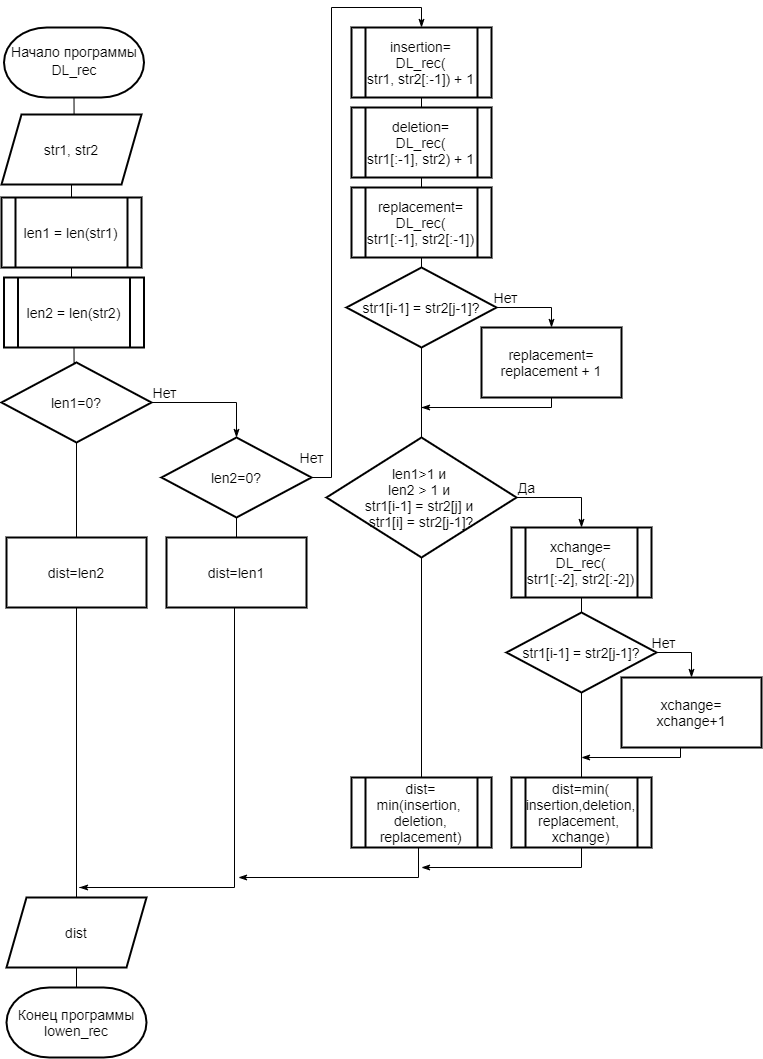
alena-zayts/BMSTU_5sem_analysis_of_algorithms keeps this draw.io diagram as lab1/report/inc/img/Dl_recursion.png. Above is the earlier version. Source tidied: cells renumbered, new cells last; positions are measured from the earlier drawing's top-left corner, leaving out a move shared by most shapes. Source of this version:
```xml
<mxGraphModel>
  <root>
    <mxCell id="0" />
    <mxCell id="1" parent="0" />
    <mxCell id="2" value="&lt;font style=&quot;font-size: 14px&quot;&gt;Начало программы&lt;br&gt;&lt;span style=&quot;line-height: 150%&quot;&gt;DL_rec&lt;/span&gt;&lt;/font&gt;" style="strokeWidth=2;html=1;shape=mxgraph.flowchart.terminator;whiteSpace=wrap;fontSize=14;fontFamily=Helvetica;" parent="1" vertex="1">
      <mxGeometry x="2.5" y="20" width="140" height="70" as="geometry" />
    </mxCell>
    <mxCell id="3" style="edgeStyle=orthogonalEdgeStyle;rounded=0;jettySize=auto;html=1;exitX=0.5;exitY=0;exitDx=0;exitDy=0;entryX=0.5;entryY=1;entryDx=0;entryDy=0;entryPerimeter=0;endArrow=none;endFill=0;" parent="1" edge="1" source="4" target="2">
      <mxGeometry relative="1" as="geometry" />
    </mxCell>
    <mxCell id="4" value="str1, str2" style="shape=parallelogram;perimeter=parallelogramPerimeter;whiteSpace=wrap;html=1;fixedSize=1;strokeWidth=2;fontSize=14;" parent="1" vertex="1">
      <mxGeometry y="107" width="140" height="70" as="geometry" />
    </mxCell>
    <mxCell id="5" style="edgeStyle=orthogonalEdgeStyle;rounded=0;jettySize=auto;html=1;exitX=0.5;exitY=0;exitDx=0;exitDy=0;entryX=0.5;entryY=1;entryDx=0;entryDy=0;endArrow=none;endFill=0;" parent="1" edge="1" source="6" target="8">
      <mxGeometry relative="1" as="geometry" />
    </mxCell>
    <mxCell id="6" value="len2 = len(str2)" style="shape=process;whiteSpace=wrap;html=1;backgroundOutline=1;strokeWidth=2;fontSize=14;" parent="1" vertex="1">
      <mxGeometry x="2.5" y="270" width="140" height="70" as="geometry" />
    </mxCell>
    <mxCell id="7" style="edgeStyle=orthogonalEdgeStyle;rounded=0;jettySize=auto;html=1;exitX=0.5;exitY=0;exitDx=0;exitDy=0;entryX=0.5;entryY=1;entryDx=0;entryDy=0;endArrow=none;endFill=0;" parent="1" edge="1" source="8" target="4">
      <mxGeometry relative="1" as="geometry" />
    </mxCell>
    <mxCell id="8" value="len1 = len(str1)" style="shape=process;whiteSpace=wrap;html=1;backgroundOutline=1;strokeWidth=2;fontSize=14;" parent="1" vertex="1">
      <mxGeometry y="190" width="140" height="70" as="geometry" />
    </mxCell>
    <mxCell id="9" value="Нет" style="edgeStyle=orthogonalEdgeStyle;rounded=0;jettySize=auto;html=1;exitX=1;exitY=0.5;exitDx=0;exitDy=0;entryX=0.5;entryY=0;entryDx=0;entryDy=0;endArrow=classicThin;endFill=1;fontSize=14;" parent="1" edge="1" source="12" target="20">
      <mxGeometry x="-0.79" y="10" relative="1" as="geometry" />
    </mxCell>
    <mxCell id="10" style="edgeStyle=orthogonalEdgeStyle;rounded=0;jettySize=auto;html=1;exitX=0.5;exitY=0;exitDx=0;exitDy=0;entryX=0.5;entryY=1;entryDx=0;entryDy=0;endArrow=none;endFill=0;" parent="1" edge="1" source="12" target="6">
      <mxGeometry relative="1" as="geometry" />
    </mxCell>
    <mxCell id="11" style="edgeStyle=orthogonalEdgeStyle;rounded=0;jettySize=auto;html=1;entryX=0.5;entryY=0;entryDx=0;entryDy=0;endArrow=none;endFill=0;" parent="1" edge="1" source="12" target="17">
      <mxGeometry relative="1" as="geometry" />
    </mxCell>
    <mxCell id="12" value="&lt;span style=&quot;font-size: 14px&quot;&gt;len1=0?&lt;/span&gt;" style="rhombus;whiteSpace=wrap;html=1;strokeWidth=2;fontSize=14;" parent="1" vertex="1">
      <mxGeometry y="355" width="150" height="80" as="geometry" />
    </mxCell>
    <mxCell id="13" value="Конец программы lowen_rec" style="strokeWidth=2;html=1;shape=mxgraph.flowchart.terminator;whiteSpace=wrap;fontSize=14;" parent="1" vertex="1">
      <mxGeometry x="5" y="980" width="140" height="70" as="geometry" />
    </mxCell>
    <mxCell id="14" style="edgeStyle=orthogonalEdgeStyle;rounded=0;jettySize=auto;html=1;exitX=0.5;exitY=1;exitDx=0;exitDy=0;entryX=0.5;entryY=0;entryDx=0;entryDy=0;entryPerimeter=0;endArrow=none;endFill=0;" parent="1" edge="1" source="15" target="13">
      <mxGeometry relative="1" as="geometry" />
    </mxCell>
    <mxCell id="15" value="dist" style="shape=parallelogram;perimeter=parallelogramPerimeter;whiteSpace=wrap;html=1;fixedSize=1;strokeWidth=2;fontSize=14;" parent="1" vertex="1">
      <mxGeometry x="5" y="890" width="140" height="70" as="geometry" />
    </mxCell>
    <mxCell id="16" style="edgeStyle=orthogonalEdgeStyle;rounded=0;jettySize=auto;html=1;exitX=0.5;exitY=1;exitDx=0;exitDy=0;entryX=0.5;entryY=0;entryDx=0;entryDy=0;endArrow=none;endFill=0;" parent="1" edge="1" source="17" target="15">
      <mxGeometry relative="1" as="geometry" />
    </mxCell>
    <mxCell id="17" value="dist=len2" style="rounded=0;whiteSpace=wrap;html=1;strokeWidth=2;fontSize=14;" parent="1" vertex="1">
      <mxGeometry x="5" y="530" width="140" height="70" as="geometry" />
    </mxCell>
    <mxCell id="18" value="Нет" style="edgeStyle=orthogonalEdgeStyle;rounded=0;jettySize=auto;html=1;exitX=1;exitY=0.5;exitDx=0;exitDy=0;entryX=0.5;entryY=0;entryDx=0;entryDy=0;endArrow=classicThin;endFill=1;fontSize=14;" parent="1" edge="1" source="20" target="24">
      <mxGeometry x="-0.87" y="20" relative="1" as="geometry">
        <Array as="points">
          <mxPoint x="330" y="470" />
          <mxPoint x="330" />
          <mxPoint x="420" />
        </Array>
      </mxGeometry>
    </mxCell>
    <mxCell id="19" style="edgeStyle=orthogonalEdgeStyle;rounded=0;jettySize=auto;html=1;exitX=0.5;exitY=1;exitDx=0;exitDy=0;entryX=0.5;entryY=0;entryDx=0;entryDy=0;endArrow=none;endFill=0;" parent="1" edge="1" source="20" target="22">
      <mxGeometry relative="1" as="geometry" />
    </mxCell>
    <mxCell id="20" value="&lt;span style=&quot;font-size: 14px&quot;&gt;len2=0?&lt;/span&gt;" style="rhombus;whiteSpace=wrap;html=1;strokeWidth=2;fontSize=14;" parent="1" vertex="1">
      <mxGeometry x="160" y="430" width="150" height="80" as="geometry" />
    </mxCell>
    <mxCell id="21" style="edgeStyle=orthogonalEdgeStyle;rounded=0;orthogonalLoop=1;jettySize=auto;html=1;exitX=0.5;exitY=1;exitDx=0;exitDy=0;endArrow=classicThin;endFill=1;" parent="1" edge="1">
      <mxGeometry relative="1" as="geometry">
        <mxPoint x="233" y="600" as="sourcePoint" />
        <mxPoint x="78" y="880" as="targetPoint" />
        <Array as="points">
          <mxPoint x="233" y="880" />
          <mxPoint x="78" y="880" />
        </Array>
      </mxGeometry>
    </mxCell>
    <mxCell id="22" value="dist=len1" style="rounded=0;whiteSpace=wrap;html=1;strokeWidth=2;fontSize=14;" parent="1" vertex="1">
      <mxGeometry x="165" y="530" width="140" height="70" as="geometry" />
    </mxCell>
    <mxCell id="23" style="edgeStyle=orthogonalEdgeStyle;rounded=0;jettySize=auto;html=1;exitX=0.5;exitY=1;exitDx=0;exitDy=0;entryX=0.5;entryY=0;entryDx=0;entryDy=0;endArrow=none;endFill=0;" parent="1" edge="1" source="24" target="26">
      <mxGeometry relative="1" as="geometry" />
    </mxCell>
    <mxCell id="24" value="insertion=&lt;br&gt;DL_rec(&lt;br&gt;str1, str2[:-1]) + 1" style="shape=process;whiteSpace=wrap;html=1;backgroundOutline=1;strokeWidth=2;fontSize=14;" parent="1" vertex="1">
      <mxGeometry x="350" y="20" width="140" height="70" as="geometry" />
    </mxCell>
    <mxCell id="25" style="edgeStyle=orthogonalEdgeStyle;rounded=0;jettySize=auto;html=1;exitX=0.5;exitY=1;exitDx=0;exitDy=0;entryX=0.5;entryY=0;entryDx=0;entryDy=0;endArrow=none;endFill=0;" parent="1" edge="1" source="26" target="28">
      <mxGeometry relative="1" as="geometry" />
    </mxCell>
    <mxCell id="26" value="deletion=&lt;br&gt;DL_rec(&lt;br&gt;str1[:-1], str2) + 1" style="shape=process;whiteSpace=wrap;html=1;backgroundOutline=1;strokeWidth=2;fontSize=14;" parent="1" vertex="1">
      <mxGeometry x="350" y="100" width="140" height="70" as="geometry" />
    </mxCell>
    <mxCell id="27" style="edgeStyle=orthogonalEdgeStyle;rounded=0;jettySize=auto;html=1;exitX=0.5;exitY=1;exitDx=0;exitDy=0;entryX=0.5;entryY=0;entryDx=0;entryDy=0;endArrow=none;endFill=0;" parent="1" edge="1" source="28" target="31">
      <mxGeometry relative="1" as="geometry" />
    </mxCell>
    <mxCell id="28" value="replacement=&lt;br&gt;DL_rec(&lt;br&gt;str1[:-1], str2[:-1])" style="shape=process;whiteSpace=wrap;html=1;backgroundOutline=1;strokeWidth=2;fontSize=14;" parent="1" vertex="1">
      <mxGeometry x="350" y="180" width="140" height="70" as="geometry" />
    </mxCell>
    <mxCell id="29" value="Нет" style="edgeStyle=orthogonalEdgeStyle;rounded=0;jettySize=auto;html=1;exitX=1;exitY=0.5;exitDx=0;exitDy=0;entryX=0.5;entryY=0;entryDx=0;entryDy=0;endArrow=classicThin;endFill=1;fontSize=14;" parent="1" edge="1" source="31" target="33">
      <mxGeometry x="-0.79" y="10" relative="1" as="geometry" />
    </mxCell>
    <mxCell id="30" style="edgeStyle=orthogonalEdgeStyle;rounded=0;jettySize=auto;html=1;exitX=0.5;exitY=1;exitDx=0;exitDy=0;entryX=0.5;entryY=0;entryDx=0;entryDy=0;endArrow=none;endFill=0;" parent="1" edge="1" source="31" target="38">
      <mxGeometry relative="1" as="geometry" />
    </mxCell>
    <mxCell id="31" value="&lt;span style=&quot;font-size: 14px&quot;&gt;str1[i-1] = str2[j-1]?&lt;/span&gt;" style="rhombus;whiteSpace=wrap;html=1;strokeWidth=2;fontSize=14;" parent="1" vertex="1">
      <mxGeometry x="345" y="260" width="150" height="80" as="geometry" />
    </mxCell>
    <mxCell id="32" style="edgeStyle=orthogonalEdgeStyle;rounded=0;jettySize=auto;html=1;endArrow=classicThin;endFill=1;exitX=0.5;exitY=1;exitDx=0;exitDy=0;" parent="1" edge="1" source="33">
      <mxGeometry relative="1" as="geometry">
        <mxPoint x="420" y="400" as="targetPoint" />
        <Array as="points">
          <mxPoint x="550" y="400" />
          <mxPoint x="420" y="400" />
        </Array>
      </mxGeometry>
    </mxCell>
    <mxCell id="33" value="replacement=&lt;br&gt;replacement + 1" style="rounded=0;whiteSpace=wrap;html=1;strokeWidth=2;fontSize=14;" parent="1" vertex="1">
      <mxGeometry x="480" y="320" width="140" height="70" as="geometry" />
    </mxCell>
    <mxCell id="34" style="edgeStyle=orthogonalEdgeStyle;rounded=0;jettySize=auto;html=1;exitX=0.5;exitY=1;exitDx=0;exitDy=0;entryX=0.5;entryY=0;entryDx=0;entryDy=0;endArrow=none;endFill=0;" parent="1" edge="1" source="35" target="43">
      <mxGeometry relative="1" as="geometry" />
    </mxCell>
    <mxCell id="35" value="xchange=&lt;br&gt;DL_rec(&lt;br&gt;str1[:-2], str2[:-2])" style="shape=process;whiteSpace=wrap;html=1;backgroundOutline=1;strokeWidth=2;fontSize=14;" parent="1" vertex="1">
      <mxGeometry x="510" y="520" width="140" height="70" as="geometry" />
    </mxCell>
    <mxCell id="36" value="Да" style="edgeStyle=orthogonalEdgeStyle;rounded=0;jettySize=auto;html=1;exitX=1;exitY=0.5;exitDx=0;exitDy=0;entryX=0.5;entryY=0;entryDx=0;entryDy=0;endArrow=classicThin;endFill=1;fontSize=14;" parent="1" edge="1" source="38" target="35">
      <mxGeometry x="-0.79" y="10" relative="1" as="geometry" />
    </mxCell>
    <mxCell id="37" style="edgeStyle=orthogonalEdgeStyle;rounded=0;jettySize=auto;html=1;exitX=0.5;exitY=1;exitDx=0;exitDy=0;endArrow=none;endFill=0;" parent="1" edge="1" source="38" target="40">
      <mxGeometry relative="1" as="geometry" />
    </mxCell>
    <mxCell id="38" value="&lt;span style=&quot;font-size: 14px&quot;&gt;len1&amp;gt;1 и &lt;br&gt;len2 &amp;gt; 1 и&amp;nbsp;&lt;br&gt;&lt;/span&gt;str1[i-1] = str2[j] и&amp;nbsp;&lt;br&gt;str1[i] = str2[j-1]?" style="rhombus;whiteSpace=wrap;html=1;strokeWidth=2;fontSize=14;" parent="1" vertex="1">
      <mxGeometry x="325" y="430" width="190" height="120" as="geometry" />
    </mxCell>
    <mxCell id="39" style="edgeStyle=orthogonalEdgeStyle;rounded=0;orthogonalLoop=1;jettySize=auto;html=1;exitX=0.5;exitY=1;exitDx=0;exitDy=0;endArrow=classicThin;endFill=1;" parent="1" edge="1">
      <mxGeometry relative="1" as="geometry">
        <mxPoint x="417" y="840" as="sourcePoint" />
        <mxPoint x="237" y="870" as="targetPoint" />
        <Array as="points">
          <mxPoint x="417" y="870" />
        </Array>
      </mxGeometry>
    </mxCell>
    <mxCell id="40" value="dist=&lt;br&gt;min(insertion,&amp;nbsp; deletion, replacement)" style="shape=process;whiteSpace=wrap;html=1;backgroundOutline=1;strokeWidth=2;fontSize=14;" parent="1" vertex="1">
      <mxGeometry x="350" y="770" width="140" height="70" as="geometry" />
    </mxCell>
    <mxCell id="41" value="Нет" style="edgeStyle=orthogonalEdgeStyle;rounded=0;jettySize=auto;html=1;exitX=1;exitY=0.5;exitDx=0;exitDy=0;entryX=0.5;entryY=0;entryDx=0;entryDy=0;endArrow=classicThin;endFill=1;fontSize=14;" parent="1" edge="1" source="43" target="45">
      <mxGeometry x="-0.79" y="10" relative="1" as="geometry" />
    </mxCell>
    <mxCell id="42" style="edgeStyle=orthogonalEdgeStyle;rounded=0;jettySize=auto;html=1;endArrow=none;endFill=0;" parent="1" edge="1" source="43" target="47">
      <mxGeometry relative="1" as="geometry" />
    </mxCell>
    <mxCell id="43" value="&lt;span style=&quot;font-size: 14px&quot;&gt;str1[i-1] = str2[j-1]?&lt;/span&gt;" style="rhombus;whiteSpace=wrap;html=1;strokeWidth=2;fontSize=14;" parent="1" vertex="1">
      <mxGeometry x="505" y="605" width="150" height="80" as="geometry" />
    </mxCell>
    <mxCell id="44" style="edgeStyle=orthogonalEdgeStyle;rounded=0;orthogonalLoop=1;jettySize=auto;html=1;endArrow=classicThin;endFill=1;exitX=0.5;exitY=1;exitDx=0;exitDy=0;" parent="1" edge="1">
      <mxGeometry relative="1" as="geometry">
        <mxPoint x="679" y="740" as="sourcePoint" />
        <mxPoint x="580" y="750" as="targetPoint" />
        <Array as="points">
          <mxPoint x="679" y="750" />
        </Array>
      </mxGeometry>
    </mxCell>
    <mxCell id="45" value="xchange=&lt;br&gt;xchange+1" style="rounded=0;whiteSpace=wrap;html=1;strokeWidth=2;fontSize=14;" parent="1" vertex="1">
      <mxGeometry x="620" y="670" width="140" height="70" as="geometry" />
    </mxCell>
    <mxCell id="46" style="edgeStyle=orthogonalEdgeStyle;rounded=0;jettySize=auto;html=1;exitX=0.5;exitY=1;exitDx=0;exitDy=0;endArrow=classicThin;endFill=1;" parent="1" edge="1" source="47">
      <mxGeometry relative="1" as="geometry">
        <mxPoint x="420" y="860" as="targetPoint" />
        <Array as="points">
          <mxPoint x="580" y="860" />
        </Array>
      </mxGeometry>
    </mxCell>
    <mxCell id="47" value="dist=min(&lt;br&gt;insertion,deletion, replacement, &lt;br&gt;xchange)" style="shape=process;whiteSpace=wrap;html=1;backgroundOutline=1;strokeWidth=2;fontSize=14;" parent="1" vertex="1">
      <mxGeometry x="510" y="770" width="140" height="70" as="geometry" />
    </mxCell>
  </root>
</mxGraphModel>
```
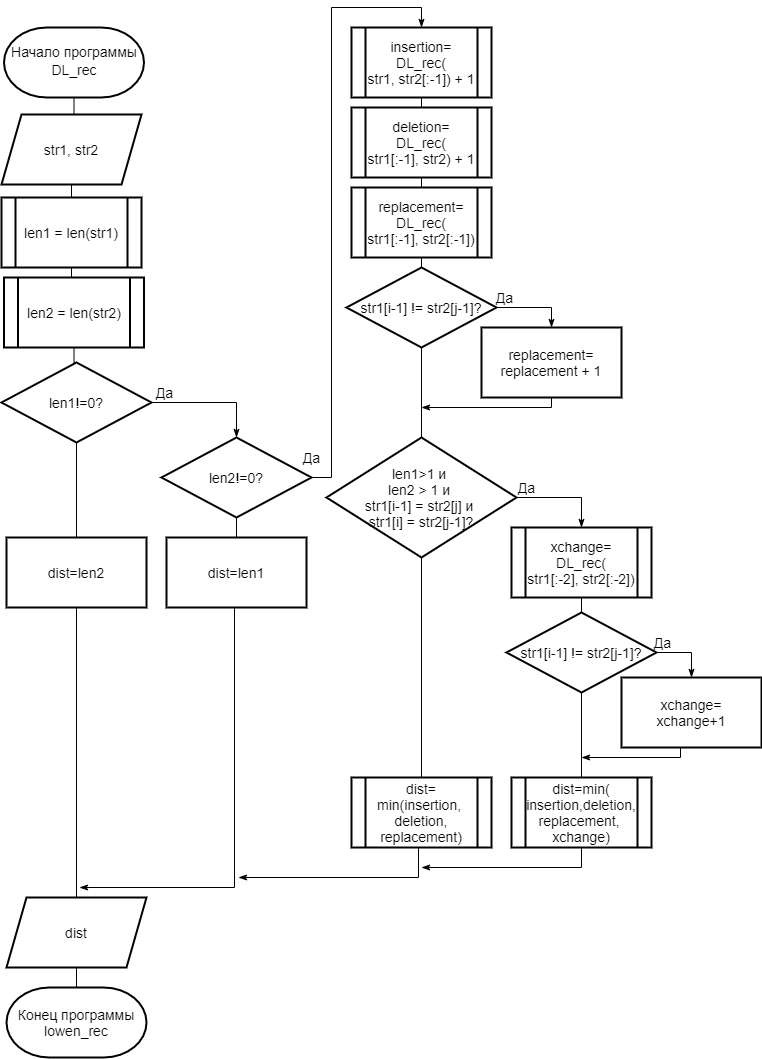
The same diagram one commit later.

What changed in the source:
```diff
@@ -23,7 +23,7 @@
     <mxCell id="8" value="len1 = len(str1)" style="shape=process;whiteSpace=wrap;html=1;backgroundOutline=1;strokeWidth=2;fontSize=14;" parent="1" vertex="1">
       <mxGeometry y="190" width="140" height="70" as="geometry" />
     </mxCell>
-    <mxCell id="9" value="Нет" style="edgeStyle=orthogonalEdgeStyle;rounded=0;jettySize=auto;html=1;exitX=1;exitY=0.5;exitDx=0;exitDy=0;entryX=0.5;entryY=0;entryDx=0;entryDy=0;endArrow=classicThin;endFill=1;fontSize=14;" parent="1" edge="1" source="12" target="20">
+    <mxCell id="9" value="Да" style="edgeStyle=orthogonalEdgeStyle;rounded=0;jettySize=auto;html=1;exitX=1;exitY=0.5;exitDx=0;exitDy=0;entryX=0.5;entryY=0;entryDx=0;entryDy=0;endArrow=classicThin;endFill=1;fontSize=14;" parent="1" edge="1" source="12" target="20">
       <mxGeometry x="-0.79" y="10" relative="1" as="geometry" />
     </mxCell>
     <mxCell id="10" style="edgeStyle=orthogonalEdgeStyle;rounded=0;jettySize=auto;html=1;exitX=0.5;exitY=0;exitDx=0;exitDy=0;entryX=0.5;entryY=1;entryDx=0;entryDy=0;endArrow=none;endFill=0;" parent="1" edge="1" source="12" target="6">
@@ -32,7 +32,7 @@
     <mxCell id="11" style="edgeStyle=orthogonalEdgeStyle;rounded=0;jettySize=auto;html=1;entryX=0.5;entryY=0;entryDx=0;entryDy=0;endArrow=none;endFill=0;" parent="1" edge="1" source="12" target="17">
       <mxGeometry relative="1" as="geometry" />
     </mxCell>
-    <mxCell id="12" value="&lt;span style=&quot;font-size: 14px&quot;&gt;len1=0?&lt;/span&gt;" style="rhombus;whiteSpace=wrap;html=1;strokeWidth=2;fontSize=14;" parent="1" vertex="1">
+    <mxCell id="12" value="&lt;span style=&quot;font-size: 14px&quot;&gt;len1!=0?&lt;/span&gt;" style="rhombus;whiteSpace=wrap;html=1;strokeWidth=2;fontSize=14;" parent="1" vertex="1">
       <mxGeometry y="355" width="150" height="80" as="geometry" />
     </mxCell>
     <mxCell id="13" value="Конец программы lowen_rec" style="strokeWidth=2;html=1;shape=mxgraph.flowchart.terminator;whiteSpace=wrap;fontSize=14;" parent="1" vertex="1">
@@ -50,7 +50,7 @@
     <mxCell id="17" value="dist=len2" style="rounded=0;whiteSpace=wrap;html=1;strokeWidth=2;fontSize=14;" parent="1" vertex="1">
       <mxGeometry x="5" y="530" width="140" height="70" as="geometry" />
     </mxCell>
-    <mxCell id="18" value="Нет" style="edgeStyle=orthogonalEdgeStyle;rounded=0;jettySize=auto;html=1;exitX=1;exitY=0.5;exitDx=0;exitDy=0;entryX=0.5;entryY=0;entryDx=0;entryDy=0;endArrow=classicThin;endFill=1;fontSize=14;" parent="1" edge="1" source="20" target="24">
+    <mxCell id="18" value="Да" style="edgeStyle=orthogonalEdgeStyle;rounded=0;jettySize=auto;html=1;exitX=1;exitY=0.5;exitDx=0;exitDy=0;entryX=0.5;entryY=0;entryDx=0;entryDy=0;endArrow=classicThin;endFill=1;fontSize=14;" parent="1" edge="1" source="20" target="24">
       <mxGeometry x="-0.87" y="20" relative="1" as="geometry">
         <Array as="points">
           <mxPoint x="330" y="470" />
@@ -62,7 +62,7 @@
     <mxCell id="19" style="edgeStyle=orthogonalEdgeStyle;rounded=0;jettySize=auto;html=1;exitX=0.5;exitY=1;exitDx=0;exitDy=0;entryX=0.5;entryY=0;entryDx=0;entryDy=0;endArrow=none;endFill=0;" parent="1" edge="1" source="20" target="22">
       <mxGeometry relative="1" as="geometry" />
     </mxCell>
-    <mxCell id="20" value="&lt;span style=&quot;font-size: 14px&quot;&gt;len2=0?&lt;/span&gt;" style="rhombus;whiteSpace=wrap;html=1;strokeWidth=2;fontSize=14;" parent="1" vertex="1">
+    <mxCell id="20" value="&lt;span style=&quot;font-size: 14px&quot;&gt;len2!=0?&lt;/span&gt;" style="rhombus;whiteSpace=wrap;html=1;strokeWidth=2;fontSize=14;" parent="1" vertex="1">
       <mxGeometry x="160" y="430" width="150" height="80" as="geometry" />
     </mxCell>
     <mxCell id="21" style="edgeStyle=orthogonalEdgeStyle;rounded=0;orthogonalLoop=1;jettySize=auto;html=1;exitX=0.5;exitY=1;exitDx=0;exitDy=0;endArrow=classicThin;endFill=1;" parent="1" edge="1">
@@ -96,13 +96,13 @@
     <mxCell id="28" value="replacement=&lt;br&gt;DL_rec(&lt;br&gt;str1[:-1], str2[:-1])" style="shape=process;whiteSpace=wrap;html=1;backgroundOutline=1;strokeWidth=2;fontSize=14;" parent="1" vertex="1">
       <mxGeometry x="350" y="180" width="140" height="70" as="geometry" />
     </mxCell>
-    <mxCell id="29" value="Нет" style="edgeStyle=orthogonalEdgeStyle;rounded=0;jettySize=auto;html=1;exitX=1;exitY=0.5;exitDx=0;exitDy=0;entryX=0.5;entryY=0;entryDx=0;entryDy=0;endArrow=classicThin;endFill=1;fontSize=14;" parent="1" edge="1" source="31" target="33">
+    <mxCell id="29" value="Да" style="edgeStyle=orthogonalEdgeStyle;rounded=0;jettySize=auto;html=1;exitX=1;exitY=0.5;exitDx=0;exitDy=0;entryX=0.5;entryY=0;entryDx=0;entryDy=0;endArrow=classicThin;endFill=1;fontSize=14;" parent="1" edge="1" source="31" target="33">
       <mxGeometry x="-0.79" y="10" relative="1" as="geometry" />
     </mxCell>
     <mxCell id="30" style="edgeStyle=orthogonalEdgeStyle;rounded=0;jettySize=auto;html=1;exitX=0.5;exitY=1;exitDx=0;exitDy=0;entryX=0.5;entryY=0;entryDx=0;entryDy=0;endArrow=none;endFill=0;" parent="1" edge="1" source="31" target="38">
       <mxGeometry relative="1" as="geometry" />
     </mxCell>
-    <mxCell id="31" value="&lt;span style=&quot;font-size: 14px&quot;&gt;str1[i-1] = str2[j-1]?&lt;/span&gt;" style="rhombus;whiteSpace=wrap;html=1;strokeWidth=2;fontSize=14;" parent="1" vertex="1">
+    <mxCell id="31" value="&lt;span style=&quot;font-size: 14px&quot;&gt;str1[i-1] != str2[j-1]?&lt;/span&gt;" style="rhombus;whiteSpace=wrap;html=1;strokeWidth=2;fontSize=14;" parent="1" vertex="1">
       <mxGeometry x="345" y="260" width="150" height="80" as="geometry" />
     </mxCell>
     <mxCell id="32" style="edgeStyle=orthogonalEdgeStyle;rounded=0;jettySize=auto;html=1;endArrow=classicThin;endFill=1;exitX=0.5;exitY=1;exitDx=0;exitDy=0;" parent="1" edge="1" source="33">
@@ -144,13 +144,13 @@
     <mxCell id="40" value="dist=&lt;br&gt;min(insertion,&amp;nbsp; deletion, replacement)" style="shape=process;whiteSpace=wrap;html=1;backgroundOutline=1;strokeWidth=2;fontSize=14;" parent="1" vertex="1">
       <mxGeometry x="350" y="770" width="140" height="70" as="geometry" />
     </mxCell>
-    <mxCell id="41" value="Нет" style="edgeStyle=orthogonalEdgeStyle;rounded=0;jettySize=auto;html=1;exitX=1;exitY=0.5;exitDx=0;exitDy=0;entryX=0.5;entryY=0;entryDx=0;entryDy=0;endArrow=classicThin;endFill=1;fontSize=14;" parent="1" edge="1" source="43" target="45">
+    <mxCell id="41" value="Да" style="edgeStyle=orthogonalEdgeStyle;rounded=0;jettySize=auto;html=1;exitX=1;exitY=0.5;exitDx=0;exitDy=0;entryX=0.5;entryY=0;entryDx=0;entryDy=0;endArrow=classicThin;endFill=1;fontSize=14;" parent="1" edge="1" source="43" target="45">
       <mxGeometry x="-0.79" y="10" relative="1" as="geometry" />
     </mxCell>
     <mxCell id="42" style="edgeStyle=orthogonalEdgeStyle;rounded=0;jettySize=auto;html=1;endArrow=none;endFill=0;" parent="1" edge="1" source="43" target="47">
       <mxGeometry relative="1" as="geometry" />
     </mxCell>
-    <mxCell id="43" value="&lt;span style=&quot;font-size: 14px&quot;&gt;str1[i-1] = str2[j-1]?&lt;/span&gt;" style="rhombus;whiteSpace=wrap;html=1;strokeWidth=2;fontSize=14;" parent="1" vertex="1">
+    <mxCell id="43" value="&lt;span style=&quot;font-size: 14px&quot;&gt;str1[i-1] != str2[j-1]?&lt;/span&gt;" style="rhombus;whiteSpace=wrap;html=1;strokeWidth=2;fontSize=14;" parent="1" vertex="1">
       <mxGeometry x="505" y="605" width="150" height="80" as="geometry" />
     </mxCell>
     <mxCell id="44" style="edgeStyle=orthogonalEdgeStyle;rounded=0;orthogonalLoop=1;jettySize=auto;html=1;endArrow=classicThin;endFill=1;exitX=0.5;exitY=1;exitDx=0;exitDy=0;" parent="1" edge="1">
```
